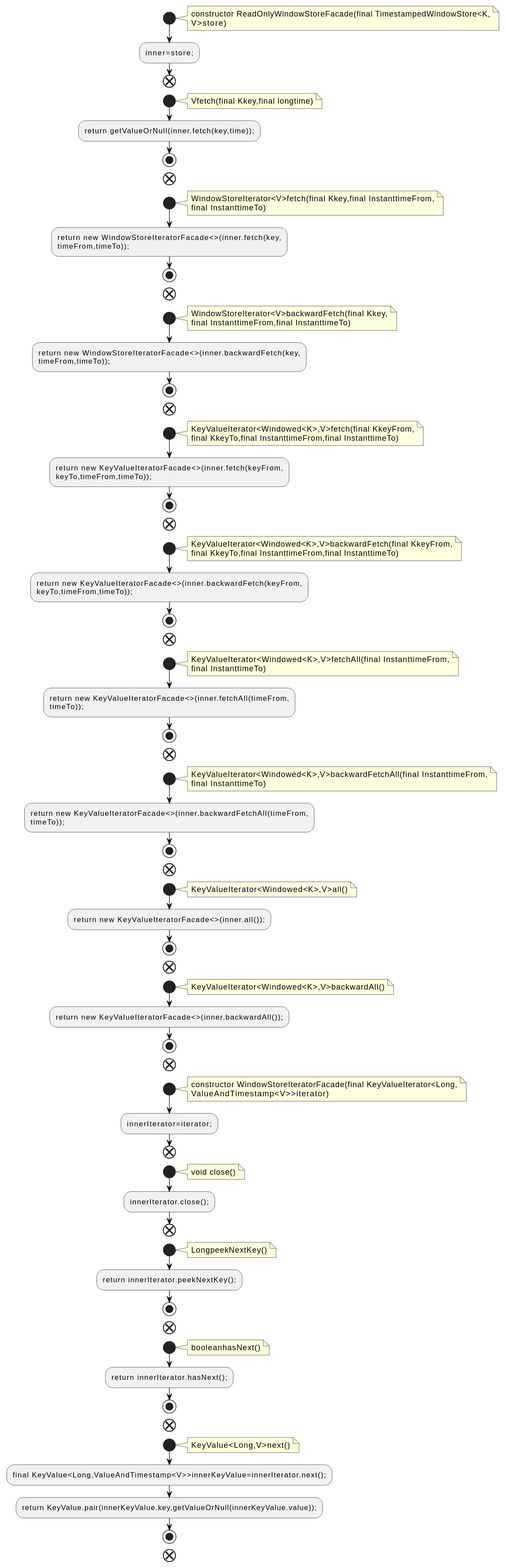
Above: docs/qc/streams/src/main/java/org/apache/kafka/streams/state/internals/ReadOnlyWindowStoreFacade.java.fct.svg in qualitesys/kafka (PlantUML), before the change.
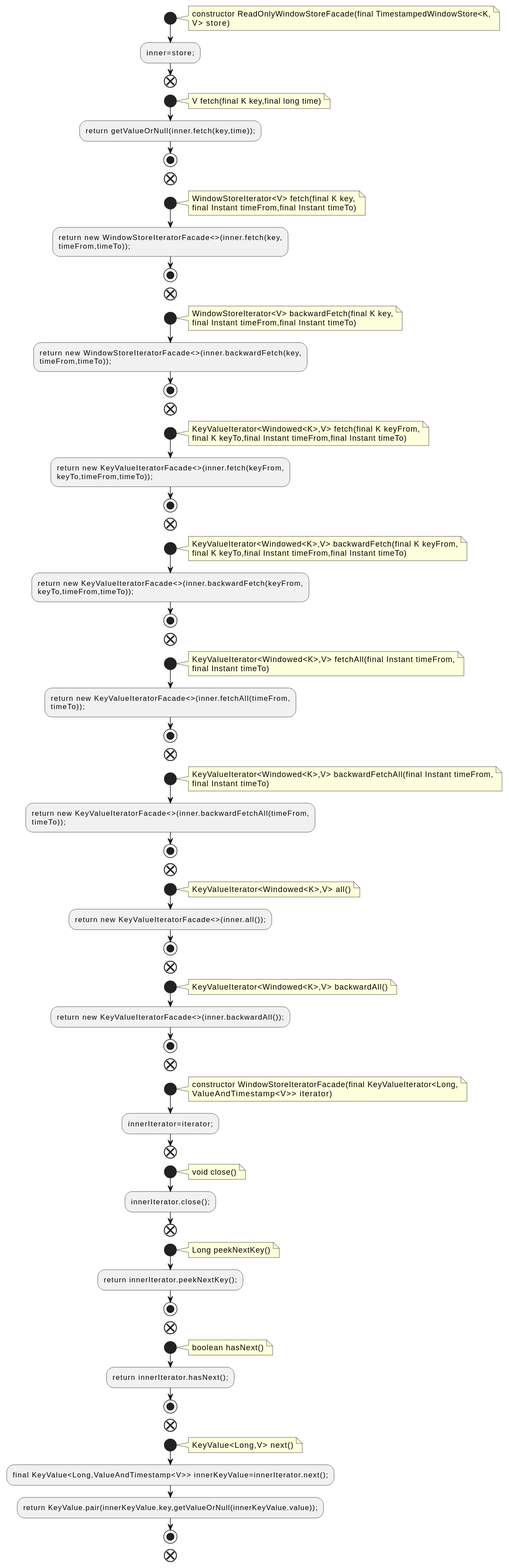
Above is the later version.

Change to the diagram source:
```diff
@@ -3,21 +3,21 @@
 start
 note right
 constructor ReadOnlyWindowStoreFacade(final TimestampedWindowStore<K,
-V>store)
+V> store)
 end note
 :inner=store;;
 end
 start
 note right
-Vfetch(final Kkey,final longtime)
+V fetch(final K key,final long time)
 end note
 :return getValueOrNull(inner.fetch(key,time));;
 stop
 end
 start
 note right
-WindowStoreIterator<V>fetch(final Kkey,final InstanttimeFrom,
-final InstanttimeTo)
+WindowStoreIterator<V> fetch(final K key,
+final Instant timeFrom,final Instant timeTo)
 end note
 :return new WindowStoreIteratorFacade<>(inner.fetch(key,
 timeFrom,timeTo));;
@@ -25,8 +25,8 @@
 end
 start
 note right
-WindowStoreIterator<V>backwardFetch(final Kkey,
-final InstanttimeFrom,final InstanttimeTo)
+WindowStoreIterator<V> backwardFetch(final K key,
+final Instant timeFrom,final Instant timeTo)
 end note
 :return new WindowStoreIteratorFacade<>(inner.backwardFetch(key,
 timeFrom,timeTo));;
@@ -34,8 +34,8 @@
 end
 start
 note right
-KeyValueIterator<Windowed<K>,V>fetch(final KkeyFrom,
-final KkeyTo,final InstanttimeFrom,final InstanttimeTo)
+KeyValueIterator<Windowed<K>,V> fetch(final K keyFrom,
+final K keyTo,final Instant timeFrom,final Instant timeTo)
 end note
 :return new KeyValueIteratorFacade<>(inner.fetch(keyFrom,
 keyTo,timeFrom,timeTo));;
@@ -43,8 +43,8 @@
 end
 start
 note right
-KeyValueIterator<Windowed<K>,V>backwardFetch(final KkeyFrom,
-final KkeyTo,final InstanttimeFrom,final InstanttimeTo)
+KeyValueIterator<Windowed<K>,V> backwardFetch(final K keyFrom,
+final K keyTo,final Instant timeFrom,final Instant timeTo)
 end note
 :return new KeyValueIteratorFacade<>(inner.backwardFetch(keyFrom,
 keyTo,timeFrom,timeTo));;
@@ -52,8 +52,8 @@
 end
 start
 note right
-KeyValueIterator<Windowed<K>,V>fetchAll(final InstanttimeFrom,
-final InstanttimeTo)
+KeyValueIterator<Windowed<K>,V> fetchAll(final Instant timeFrom,
+final Instant timeTo)
 end note
 :return new KeyValueIteratorFacade<>(inner.fetchAll(timeFrom,
 timeTo));;
@@ -61,8 +61,8 @@
 end
 start
 note right
-KeyValueIterator<Windowed<K>,V>backwardFetchAll(final InstanttimeFrom,
-final InstanttimeTo)
+KeyValueIterator<Windowed<K>,V> backwardFetchAll(final Instant timeFrom,
+final Instant timeTo)
 end note
 :return new KeyValueIteratorFacade<>(inner.backwardFetchAll(timeFrom,
 timeTo));;
@@ -70,14 +70,14 @@
 end
 start
 note right
-KeyValueIterator<Windowed<K>,V>all()
+KeyValueIterator<Windowed<K>,V> all()
 end note
 :return new KeyValueIteratorFacade<>(inner.all());;
 stop
 end
 start
 note right
-KeyValueIterator<Windowed<K>,V>backwardAll()
+KeyValueIterator<Windowed<K>,V> backwardAll()
 end note
 :return new KeyValueIteratorFacade<>(inner.backwardAll());;
 stop
@@ -85,7 +85,7 @@
 start
 note right
 constructor WindowStoreIteratorFacade(final KeyValueIterator<Long,
-ValueAndTimestamp<V>>iterator)
+ValueAndTimestamp<V>> iterator)
 end note
 :innerIterator=iterator;;
 end
@@ -97,23 +97,23 @@
 end
 start
 note right
-LongpeekNextKey()
+Long peekNextKey()
 end note
 :return innerIterator.peekNextKey();;
 stop
 end
 start
 note right
-booleanhasNext()
+boolean hasNext()
 end note
 :return innerIterator.hasNext();;
 stop
 end
 start
 note right
-KeyValue<Long,V>next()
+KeyValue<Long,V> next()
 end note
-:final KeyValue<Long,ValueAndTimestamp<V>>innerKeyValue=innerIterator.next();;
+:final KeyValue<Long,ValueAndTimestamp<V>> innerKeyValue=innerIterator.next();;
 :return KeyValue.pair(innerKeyValue.key,getValueOrNull(innerKeyValue.value));;
 stop
 end
```
